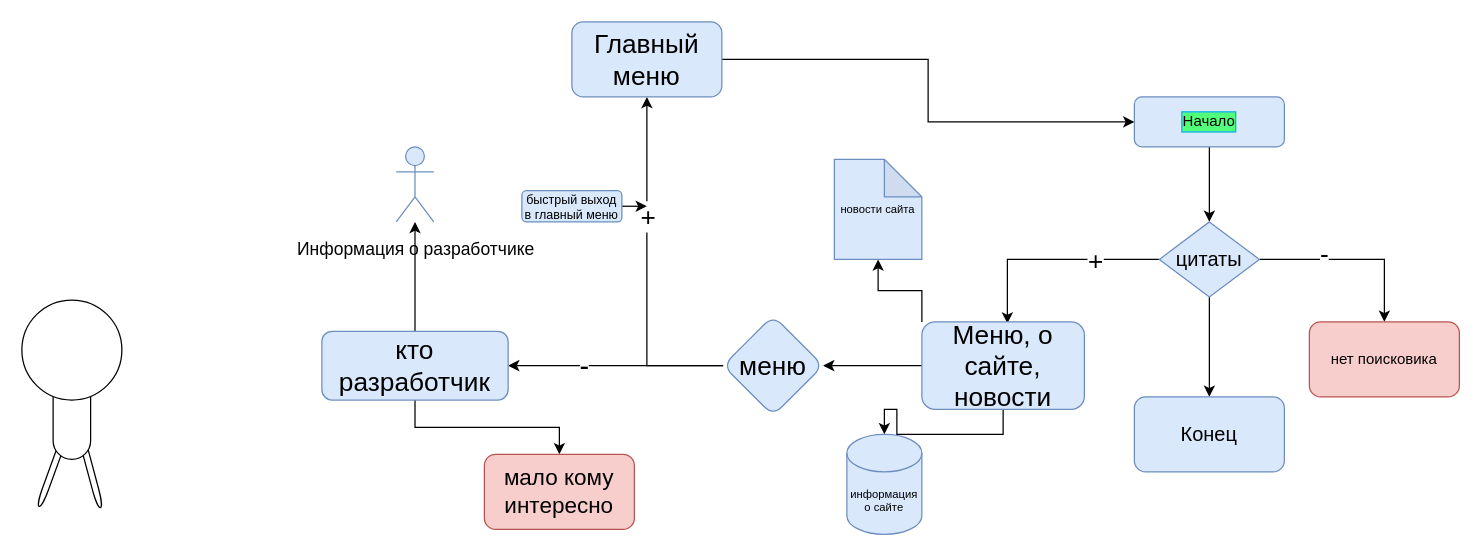
The draw.io diagram Диаграмма без названия.drawio in wenrer001/consolbot, before the edit. Source tidied: cells renumbered, new cells numbered last; positions are measured from the earlier drawing's top-left corner, leaving out a move shared by most shapes. Both pictures are drawn from the tidied source at 125%, with x=0, y=0 at pixel (21, 21).
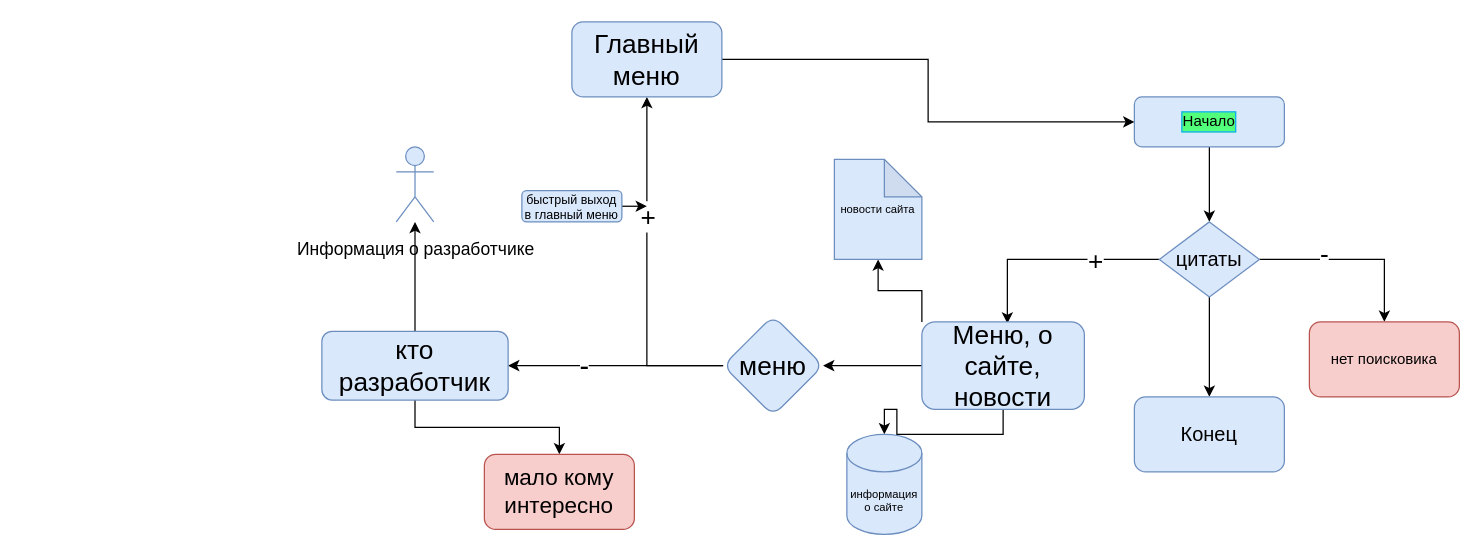
The same page after the edit.

What changed in the source:
```diff
@@
-    <mxCell id="2" style="shape=cylinder3;whiteSpace=wrap;html=1;boundedLbl=1;backgroundOutline=1;size=15;fontSize=16;rotation=-15;" parent="1" vertex="1">
-      <mxGeometry x="50" y="310" width="5" height="80" as="geometry" />
-    </mxCell>
-    <mxCell id="3" style="shape=cylinder3;whiteSpace=wrap;html=1;boundedLbl=1;backgroundOutline=1;size=15;fontSize=16;rotation=20;" parent="1" vertex="1">
-      <mxGeometry x="25" y="310" width="5" height="80" as="geometry" />
-    </mxCell>
@@
-    <mxCell id="31" style="shape=cylinder3;whiteSpace=wrap;html=1;boundedLbl=1;backgroundOutline=1;size=15;fontSize=16;" parent="1" vertex="1">
-      <mxGeometry x="25" y="270" width="30" height="80" as="geometry" />
-    </mxCell>
-    <mxCell id="32" style="ellipse;whiteSpace=wrap;html=1;fontSize=16;" parent="1" vertex="1">
-      <mxGeometry y="222.5" width="80" height="80" as="geometry" />
-    </mxCell>
```
